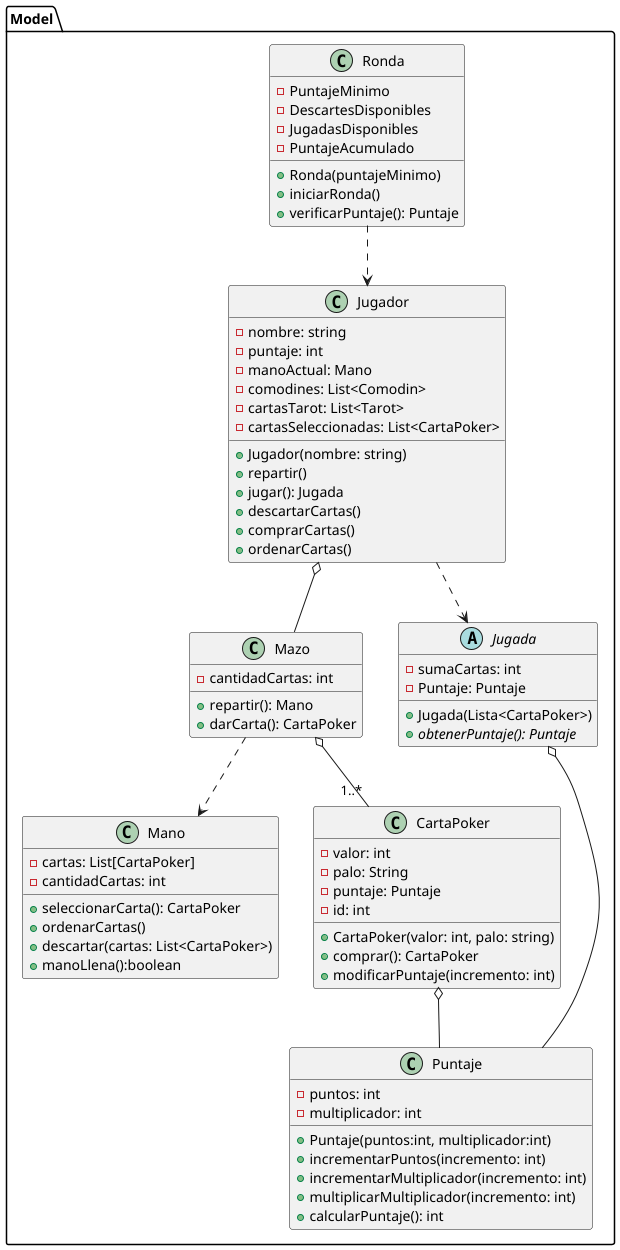
The PlantUML diagram diagrams/classes/clasesBalatro2.png in carruizdiaz1109/UBAlatro, before a commit.
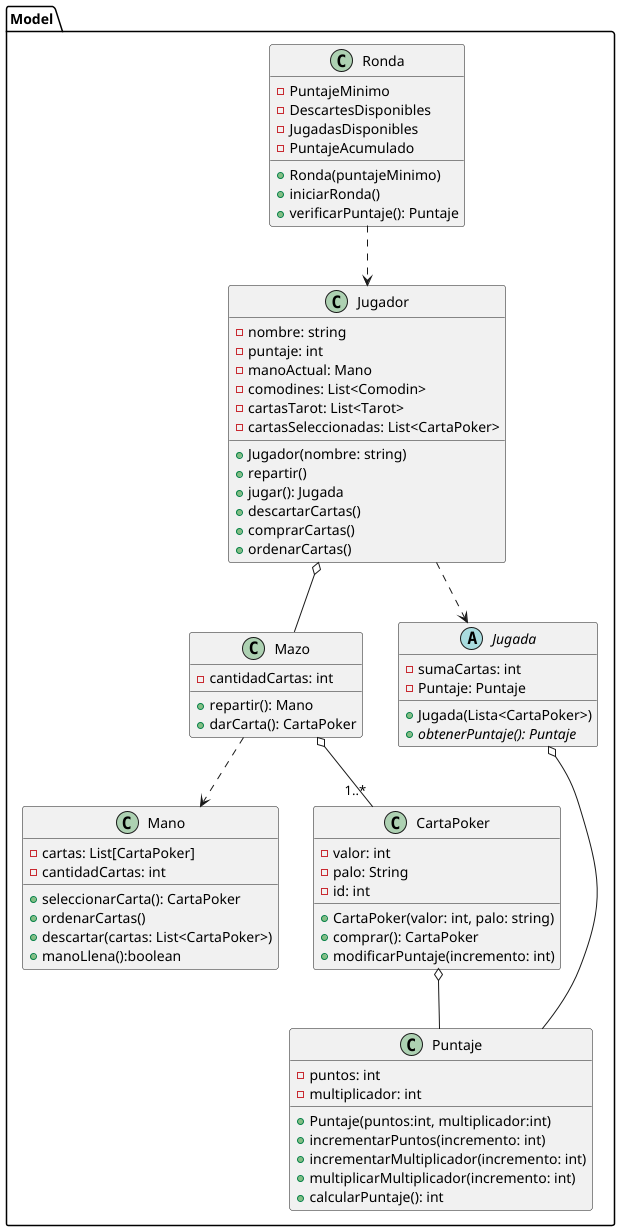
The same diagram one commit later.

Commit message:
Se añaden los test de la clase Puntaje

Diff of the diagram source:
```diff
@@ -46,7 +46,6 @@
 class CartaPoker {
     - valor: int
     - palo: String
-    - puntaje: Puntaje
     - id: int
     + CartaPoker(valor: int, palo: string)
     + comprar(): CartaPoker
```
